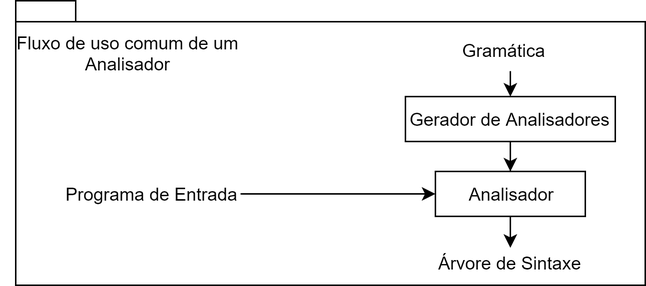
Earlier version of the draw.io export MyWorflowForLarkTraduzido.png (evandrocoan/objectbeatypictures). Source tidied: cells renumbered, new cells last; positions are measured from the earlier drawing's top-left corner, leaving out a move shared by most shapes.
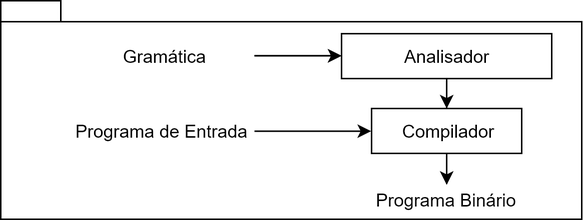
The same file after the commit.

Diff of the diagram source:
```diff
@@ -3,38 +3,36 @@
     <mxCell id="0" />
     <mxCell id="1" parent="0" />
     <mxCell id="2" style="shape=folder;fontStyle=1;spacingTop=10;tabWidth=40;tabHeight=14;tabPosition=left;html=1;" parent="1" vertex="1">
-      <mxGeometry x="10" width="420" height="190" as="geometry" />
+      <mxGeometry x="43" y="42" width="387" height="146" as="geometry" />
     </mxCell>
-    <mxCell id="3" value="Fluxo de uso comum de um Analisador" style="text;html=1;strokeColor=none;fillColor=none;align=center;verticalAlign=middle;whiteSpace=wrap;rounded=0;" parent="1" vertex="1">
-      <mxGeometry y="20" width="170" height="30" as="geometry" />
+    <mxCell id="3" style="edgeStyle=orthogonalEdgeStyle;rounded=0;html=1;jettySize=auto;" parent="1" edge="1" source="4" target="9">
+      <mxGeometry relative="1" as="geometry" />
     </mxCell>
-    <mxCell id="4" style="edgeStyle=orthogonalEdgeStyle;rounded=0;html=1;jettySize=auto;" parent="1" edge="1" source="5" target="9">
-      <mxGeometry relative="1" as="geometry" />
+    <mxCell id="4" value="Analisador" style="rounded=0;whiteSpace=wrap;html=1;" parent="1" vertex="1">
+      <mxGeometry x="270" y="64" width="140" height="30" as="geometry" />
     </mxCell>
-    <mxCell id="5" value="Gerador de Analisadores" style="rounded=0;whiteSpace=wrap;html=1;" parent="1" vertex="1">
-      <mxGeometry x="270" y="64" width="140" height="30" as="geometry" />
+    <mxCell id="5" style="edgeStyle=orthogonalEdgeStyle;rounded=0;html=1;jettySize=auto;" parent="1" edge="1" source="7" target="4">
+      <mxGeometry relative="1" as="geometry" />
     </mxCell>
-    <mxCell id="6" style="edgeStyle=orthogonalEdgeStyle;rounded=0;html=1;entryX=0.5;entryY=0;jettySize=auto;" parent="1" edge="1" target="5">
-      <mxGeometry relative="1" as="geometry">
-        <mxPoint x="340" y="47" as="sourcePoint" />
-      </mxGeometry>
+    <mxCell id="6" style="edgeStyle=orthogonalEdgeStyle;rounded=0;jettySize=auto;html=1;" parent="1" edge="1" source="7" target="4">
+      <mxGeometry relative="1" as="geometry" />
     </mxCell>
     <mxCell id="7" value="Gramática" style="text;html=1;strokeColor=none;fillColor=none;align=center;verticalAlign=middle;whiteSpace=wrap;rounded=0;" parent="1" vertex="1">
-      <mxGeometry x="282" y="20" width="108" height="25" as="geometry" />
+      <mxGeometry x="91" y="66.5" width="121" height="25" as="geometry" />
     </mxCell>
     <mxCell id="8" style="edgeStyle=orthogonalEdgeStyle;rounded=0;html=1;jettySize=auto;" parent="1" edge="1" source="9" target="12">
       <mxGeometry relative="1" as="geometry" />
     </mxCell>
-    <mxCell id="9" value="Analisador" style="rounded=0;whiteSpace=wrap;html=1;" parent="1" vertex="1">
+    <mxCell id="9" value="Compilador" style="rounded=0;whiteSpace=wrap;html=1;" parent="1" vertex="1">
       <mxGeometry x="290" y="114" width="100" height="30" as="geometry" />
     </mxCell>
     <mxCell id="10" style="edgeStyle=orthogonalEdgeStyle;rounded=0;html=1;entryX=0;entryY=0.5;jettySize=auto;" parent="1" edge="1" source="11" target="9">
       <mxGeometry relative="1" as="geometry" />
     </mxCell>
     <mxCell id="11" value="Programa de Entrada" style="text;html=1;strokeColor=none;fillColor=none;align=center;verticalAlign=middle;whiteSpace=wrap;rounded=0;" parent="1" vertex="1">
-      <mxGeometry x="40" y="119" width="120" height="20" as="geometry" />
+      <mxGeometry x="89" y="119" width="123" height="20" as="geometry" />
     </mxCell>
-    <mxCell id="12" value="Árvore de Sintaxe" style="text;html=1;strokeColor=none;fillColor=none;align=center;verticalAlign=middle;whiteSpace=wrap;rounded=0;" parent="1" vertex="1">
+    <mxCell id="12" value="Programa Binário" style="text;html=1;strokeColor=none;fillColor=none;align=center;verticalAlign=middle;whiteSpace=wrap;rounded=0;" parent="1" vertex="1">
       <mxGeometry x="270" y="165" width="140" height="19" as="geometry" />
     </mxCell>
   </root>
```
